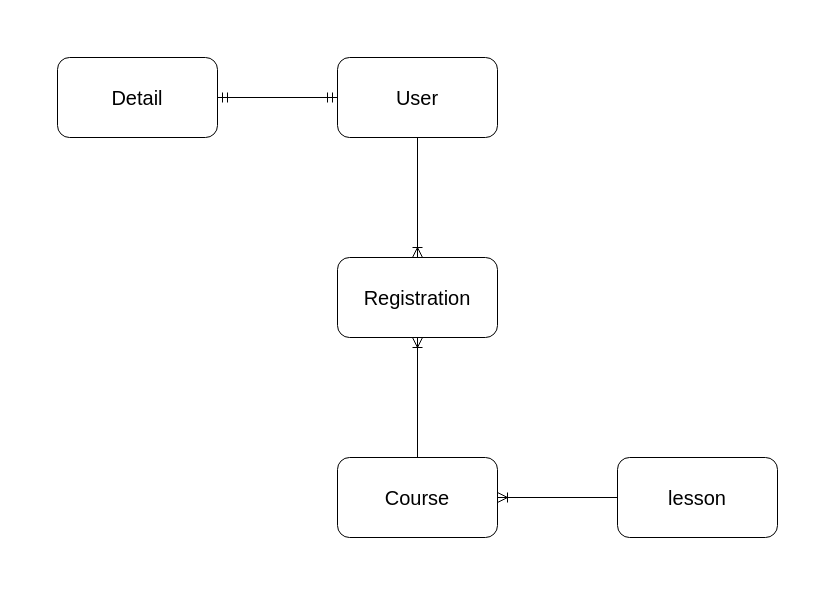
The draw.io diagram Public/RelationModel.drawio in narto12345/Courses-API, before the edit. Source tidied: cells renumbered, new cells numbered last; positions are measured from the earlier drawing's top-left corner, leaving out a move shared by most shapes. Both pictures are drawn from the tidied source at 100%, with x=0, y=0 at pixel (57, 57).
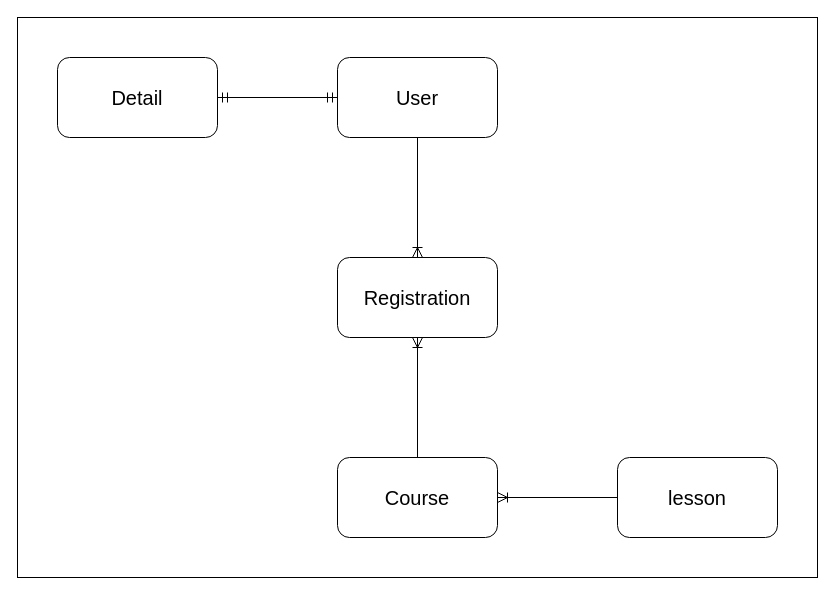
The same diagram, later.

What changed in the source:
```diff
@@
 <mxGraphModel>
   <root>
     <mxCell id="0" />
     <mxCell id="1" parent="0" />
+    <mxCell id="11" style="rounded=0;whiteSpace=wrap;html=1;" parent="1" vertex="1">
+      <mxGeometry x="-40" y="-40" width="800" height="560" as="geometry" />
+    </mxCell>
     <mxCell id="2" value="User" style="rounded=1;whiteSpace=wrap;html=1;fontSize=20;" parent="1" vertex="1">
       <mxGeometry x="280" width="160" height="80" as="geometry" />
     </mxCell>
     <mxCell id="3" value="Detail" style="rounded=1;whiteSpace=wrap;html=1;fontSize=20;" parent="1" vertex="1">
       <mxGeometry width="160" height="80" as="geometry" />
     </mxCell>
     <mxCell id="4" style="fontSize=12;html=1;endArrow=ERoneToMany;rounded=0;startSize=8;endSize=8;exitX=0;exitY=0.5;exitDx=0;exitDy=0;entryX=1;entryY=0.5;entryDx=0;entryDy=0;" parent="1" edge="1" source="8" target="6">
       <mxGeometry relative="1" as="geometry" />
     </mxCell>
     <mxCell id="5" style="fontSize=12;html=1;endArrow=ERmandOne;startArrow=ERmandOne;rounded=0;startSize=8;endSize=8;exitX=1;exitY=0.5;exitDx=0;exitDy=0;entryX=0;entryY=0.5;entryDx=0;entryDy=0;" parent="1" edge="1" source="3" target="2">
       <mxGeometry relative="1" as="geometry" />
     </mxCell>
     <mxCell id="6" value="Course" style="rounded=1;whiteSpace=wrap;html=1;fontSize=20;" parent="1" vertex="1">
       <mxGeometry x="280" y="400" width="160" height="80" as="geometry" />
     </mxCell>
     <mxCell id="7" value="Registration" style="rounded=1;whiteSpace=wrap;html=1;fontSize=20;" parent="1" vertex="1">
       <mxGeometry x="280" y="200" width="160" height="80" as="geometry" />
     </mxCell>
     <mxCell id="8" value="lesson" style="rounded=1;whiteSpace=wrap;html=1;fontSize=20;" parent="1" vertex="1">
       <mxGeometry x="560" y="400" width="160" height="80" as="geometry" />
     </mxCell>
     <mxCell id="9" style="fontSize=12;html=1;endArrow=ERoneToMany;rounded=0;startSize=8;endSize=8;exitX=0.5;exitY=0;exitDx=0;exitDy=0;entryX=0.5;entryY=1;entryDx=0;entryDy=0;" parent="1" edge="1" source="6" target="7">
       <mxGeometry relative="1" as="geometry" />
     </mxCell>
     <mxCell id="10" style="fontSize=12;html=1;endArrow=ERoneToMany;rounded=0;startSize=8;endSize=8;exitX=0.5;exitY=1;exitDx=0;exitDy=0;entryX=0.5;entryY=0;entryDx=0;entryDy=0;" parent="1" edge="1" source="2" target="7">
       <mxGeometry relative="1" as="geometry" />
     </mxCell>
   </root>
 </mxGraphModel>
```
